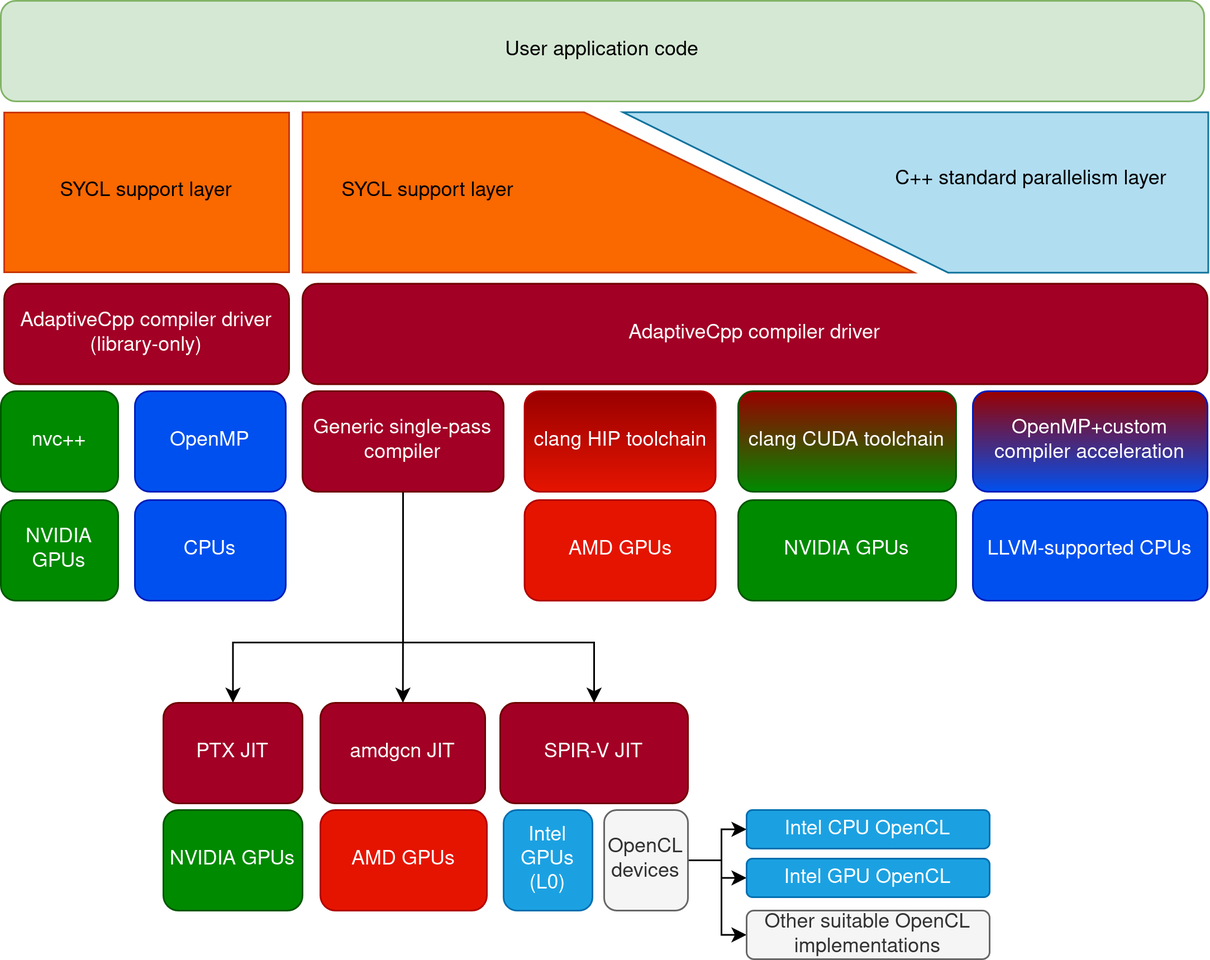
The draw.io diagram doc/img/stack.png in AdaptiveCpp/AdaptiveCpp, before a commit. Source tidied: cells renumbered, new cells last; positions are measured from the earlier drawing's top-left corner, leaving out a move shared by most shapes.
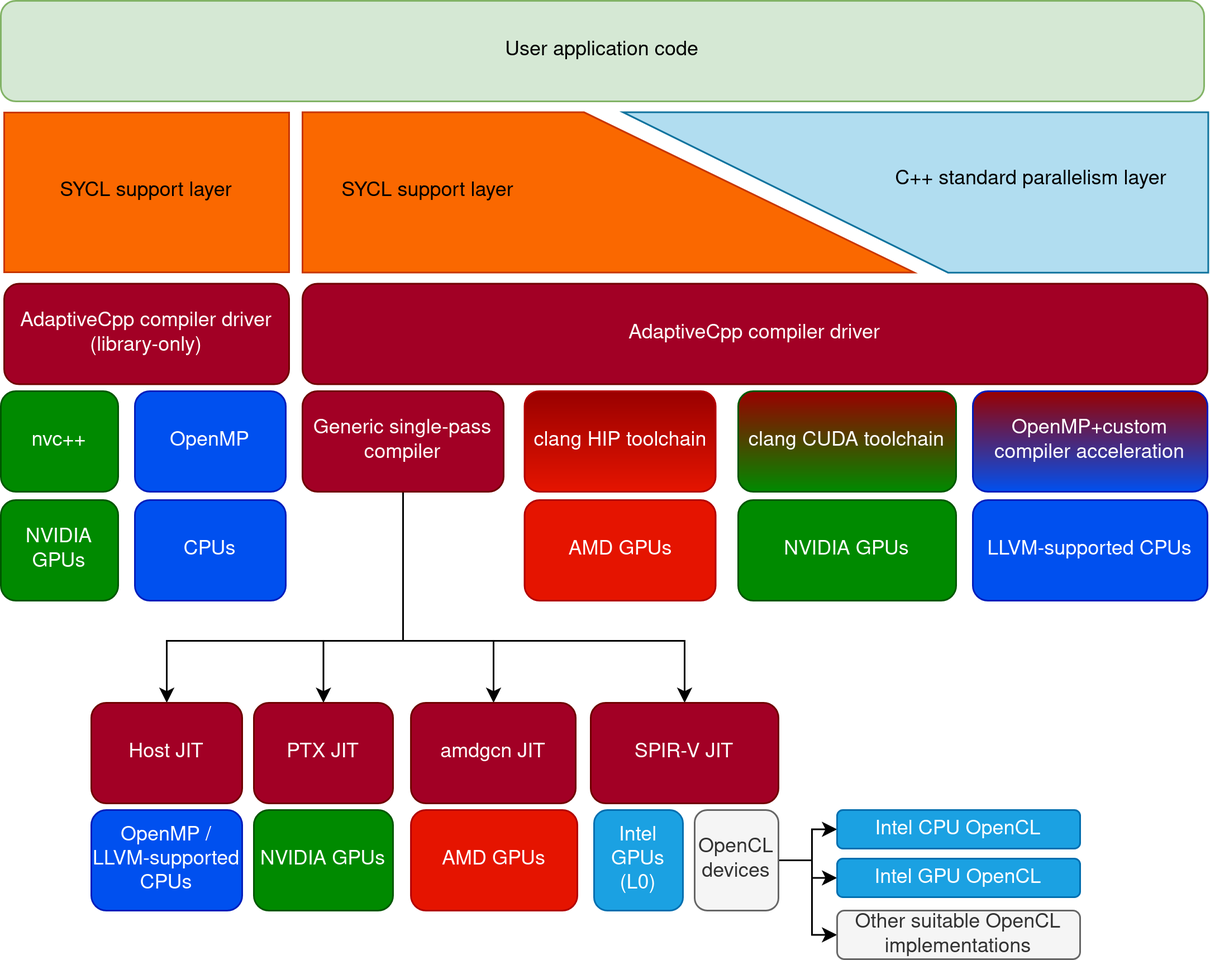
After the commit.

Diff of the diagram source:
```diff
@@ -32,22 +32,35 @@
     <mxCell id="11" style="edgeStyle=orthogonalEdgeStyle;rounded=0;jettySize=auto;html=1;entryX=0.5;entryY=0;entryDx=0;entryDy=0;" parent="1" edge="1" source="14" target="24">
       <mxGeometry relative="1" as="geometry">
         <Array as="points">
-          <mxPoint x="240" y="451" />
-          <mxPoint x="139" y="451" />
+          <mxPoint x="240" y="450" />
+          <mxPoint x="193" y="450" />
         </Array>
       </mxGeometry>
     </mxCell>
     <mxCell id="12" style="edgeStyle=orthogonalEdgeStyle;rounded=0;jettySize=auto;html=1;entryX=0.5;entryY=0;entryDx=0;entryDy=0;" parent="1" edge="1" source="14" target="26">
       <mxGeometry relative="1" as="geometry">
         <Array as="points">
-          <mxPoint x="240" y="451" />
-          <mxPoint x="354" y="451" />
+          <mxPoint x="240" y="450" />
+          <mxPoint x="408" y="450" />
         </Array>
       </mxGeometry>
     </mxCell>
     <mxCell id="13" style="edgeStyle=orthogonalEdgeStyle;rounded=0;jettySize=auto;html=1;" parent="1" edge="1" source="14" target="25">
-      <mxGeometry relative="1" as="geometry" />
+      <mxGeometry relative="1" as="geometry">
+        <Array as="points">
+          <mxPoint x="240" y="450" />
+          <mxPoint x="294" y="450" />
+        </Array>
+      </mxGeometry>
     </mxCell>
+    <mxCell id="37" style="edgeStyle=orthogonalEdgeStyle;rounded=0;jettySize=auto;html=1;" parent="1" edge="1" source="14" target="38">
+      <mxGeometry relative="1" as="geometry">
+        <Array as="points">
+          <mxPoint x="240" y="450" />
+          <mxPoint x="99" y="450" />
+        </Array>
+      </mxGeometry>
+    </mxCell>
     <mxCell id="14" value="Generic single-pass compiler" style="rounded=1;whiteSpace=wrap;html=1;fillColor=#a20025;fontColor=#ffffff;strokeColor=#6F0000;" parent="1" vertex="1">
       <mxGeometry x="180" y="301" width="120" height="60" as="geometry" />
     </mxCell>
@@ -79,22 +92,22 @@
       <mxGeometry y="68" width="718" height="60" as="geometry" />
     </mxCell>
     <mxCell id="24" value="PTX JIT" style="rounded=1;whiteSpace=wrap;html=1;fillColor=#a20025;fontColor=#ffffff;strokeColor=#6F0000;" parent="1" vertex="1">
-      <mxGeometry x="97" y="487" width="83" height="60" as="geometry" />
+      <mxGeometry x="151" y="487" width="83" height="60" as="geometry" />
     </mxCell>
     <mxCell id="25" value="amdgcn JIT" style="rounded=1;whiteSpace=wrap;html=1;fillColor=#a20025;fontColor=#ffffff;strokeColor=#6F0000;" parent="1" vertex="1">
-      <mxGeometry x="190.7" y="487" width="98.3" height="60" as="geometry" />
+      <mxGeometry x="244.7" y="487" width="98.3" height="60" as="geometry" />
     </mxCell>
     <mxCell id="26" value="SPIR-V JIT" style="rounded=1;whiteSpace=wrap;html=1;fillColor=#a20025;fontColor=#ffffff;strokeColor=#6F0000;" parent="1" vertex="1">
-      <mxGeometry x="298" y="487" width="112" height="60" as="geometry" />
+      <mxGeometry x="352" y="487" width="112" height="60" as="geometry" />
     </mxCell>
     <mxCell id="27" value="NVIDIA GPUs" style="rounded=1;whiteSpace=wrap;html=1;fillColor=#008a00;fontColor=#ffffff;strokeColor=#005700;" parent="1" vertex="1">
-      <mxGeometry x="97" y="551" width="83" height="60" as="geometry" />
+      <mxGeometry x="151" y="551" width="83" height="60" as="geometry" />
     </mxCell>
     <mxCell id="28" value="AMD GPUs" style="rounded=1;whiteSpace=wrap;html=1;fillColor=#e51400;fontColor=#ffffff;strokeColor=#B20000;" parent="1" vertex="1">
-      <mxGeometry x="190.7" y="551" width="99.3" height="60" as="geometry" />
+      <mxGeometry x="244.7" y="551" width="99.3" height="60" as="geometry" />
     </mxCell>
     <mxCell id="29" value="Intel GPUs (L0)" style="rounded=1;whiteSpace=wrap;html=1;fillColor=#1ba1e2;fontColor=#ffffff;strokeColor=#006EAF;" parent="1" vertex="1">
-      <mxGeometry x="300" y="551" width="53" height="60" as="geometry" />
+      <mxGeometry x="354" y="551" width="53" height="60" as="geometry" />
     </mxCell>
     <mxCell id="30" style="edgeStyle=orthogonalEdgeStyle;rounded=0;jettySize=auto;html=1;" parent="1" edge="1" source="33" target="34">
       <mxGeometry relative="1" as="geometry" />
@@ -106,16 +119,22 @@
       <mxGeometry relative="1" as="geometry" />
     </mxCell>
     <mxCell id="33" value="OpenCL devices" style="rounded=1;whiteSpace=wrap;html=1;fillColor=#f5f5f5;strokeColor=#666666;fontColor=#333333;" parent="1" vertex="1">
-      <mxGeometry x="360" y="551" width="50" height="60" as="geometry" />
+      <mxGeometry x="414" y="551" width="50" height="60" as="geometry" />
     </mxCell>
     <mxCell id="34" value="Intel CPU OpenCL" style="rounded=1;whiteSpace=wrap;html=1;fillColor=#1ba1e2;fontColor=#ffffff;strokeColor=#006EAF;" parent="1" vertex="1">
-      <mxGeometry x="445" y="551" width="145" height="23" as="geometry" />
+      <mxGeometry x="499" y="551" width="145" height="23" as="geometry" />
     </mxCell>
     <mxCell id="35" value="Intel GPU OpenCL" style="rounded=1;whiteSpace=wrap;html=1;fillColor=#1ba1e2;fontColor=#ffffff;strokeColor=#006EAF;" parent="1" vertex="1">
-      <mxGeometry x="445" y="580" width="145" height="23" as="geometry" />
+      <mxGeometry x="499" y="580" width="145" height="23" as="geometry" />
     </mxCell>
     <mxCell id="36" value="Other suitable OpenCL implementations" style="rounded=1;whiteSpace=wrap;html=1;fillColor=#f5f5f5;fontColor=#333333;strokeColor=#666666;" parent="1" vertex="1">
-      <mxGeometry x="445" y="611" width="145" height="29" as="geometry" />
+      <mxGeometry x="499" y="611" width="145" height="29" as="geometry" />
     </mxCell>
+    <mxCell id="38" value="Host JIT" style="rounded=1;whiteSpace=wrap;html=1;fillColor=#a20025;fontColor=#ffffff;strokeColor=#6F0000;" parent="1" vertex="1">
+      <mxGeometry x="54" y="487" width="90" height="60" as="geometry" />
+    </mxCell>
+    <mxCell id="39" value="OpenMP / LLVM-supported CPUs" style="rounded=1;whiteSpace=wrap;html=1;fillColor=#0050ef;fontColor=#ffffff;strokeColor=#001DBC;" parent="1" vertex="1">
+      <mxGeometry x="54" y="551" width="90" height="60" as="geometry" />
+    </mxCell>
   </root>
 </mxGraphModel>
```
